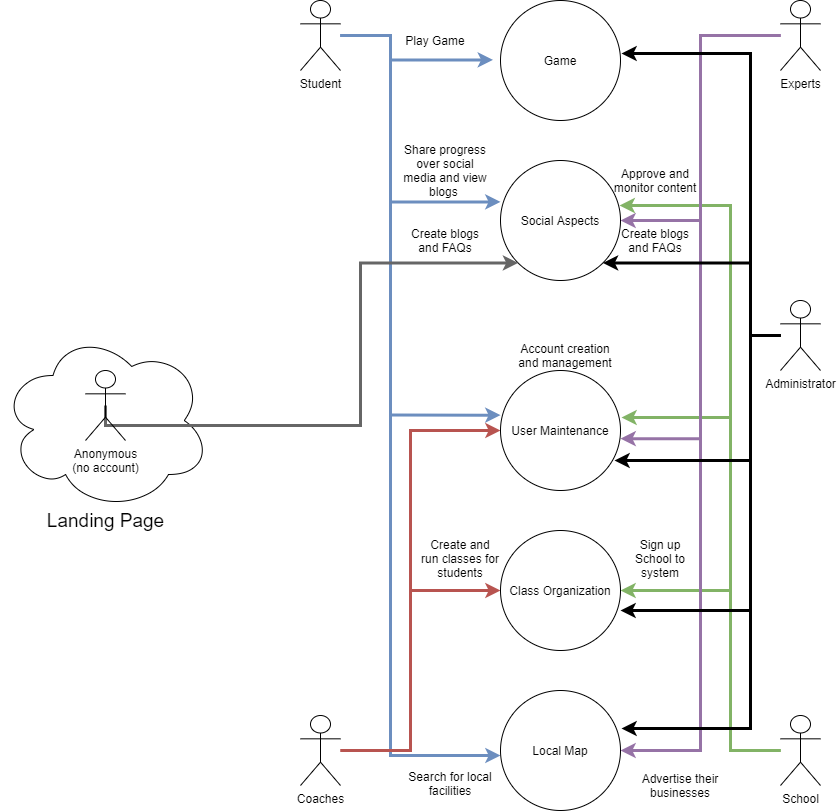
Earlier version of the draw.io export Deliverables/Week_2/Use Cases.png (Hanandrof/Group-3-Repository). Source tidied: cells renumbered, new cells last; positions are measured from the earlier drawing's top-left corner, leaving out a move shared by most shapes.
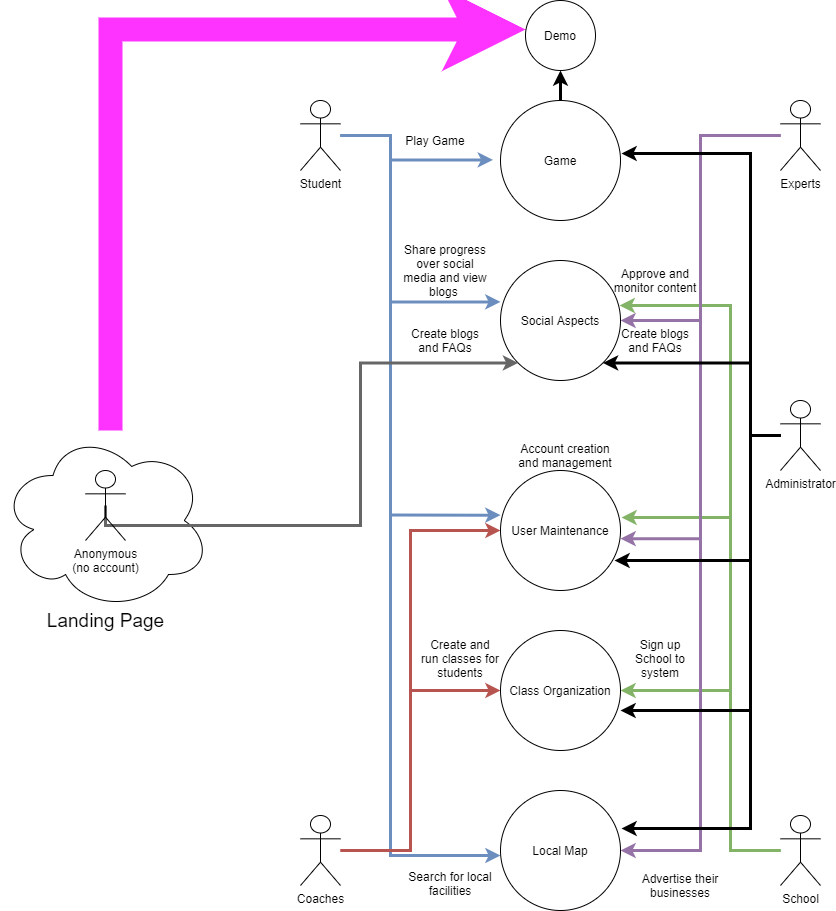
After the commit.

Diff of the diagram source:
```diff
@@ -2,6 +2,13 @@
   <root>
     <mxCell id="0" />
     <mxCell id="1" parent="0" />
+    <mxCell id="43" style="edgeStyle=orthogonalEdgeStyle;rounded=0;jettySize=auto;html=1;entryX=0;entryY=0.414;entryDx=0;entryDy=0;entryPerimeter=0;strokeWidth=24;fillColor=#ffff88;strokeColor=#FF33FF;" parent="1" edge="1" source="2" target="45">
+      <mxGeometry relative="1" as="geometry">
+        <Array as="points">
+          <mxPoint x="110" y="-71" />
+        </Array>
+      </mxGeometry>
+    </mxCell>
     <mxCell id="2" style="ellipse;shape=cloud;whiteSpace=wrap;html=1;" parent="1" vertex="1">
       <mxGeometry y="330" width="210" height="180" as="geometry" />
     </mxCell>
@@ -103,6 +110,9 @@
     <mxCell id="18" value="Experts" style="shape=umlActor;verticalLabelPosition=bottom;verticalAlign=top;html=1;outlineConnect=0;" parent="1" vertex="1">
       <mxGeometry x="780" width="40" height="70" as="geometry" />
     </mxCell>
+    <mxCell id="44" style="edgeStyle=orthogonalEdgeStyle;rounded=0;jettySize=auto;html=1;strokeWidth=3;" parent="1" edge="1" source="19" target="45">
+      <mxGeometry relative="1" as="geometry" />
+    </mxCell>
     <mxCell id="19" value="Game" style="ellipse;whiteSpace=wrap;html=1;" parent="1" vertex="1">
       <mxGeometry x="500" width="120" height="120" as="geometry" />
     </mxCell>
@@ -205,5 +215,8 @@
     <mxCell id="42" value="&lt;font style=&quot;font-size: 19px&quot;&gt;Landing Page&lt;/font&gt;" style="text;html=1;align=center;verticalAlign=middle;" parent="1" vertex="1">
       <mxGeometry x="40" y="510" width="130" height="20" as="geometry" />
     </mxCell>
+    <mxCell id="45" value="Demo" style="ellipse;whiteSpace=wrap;html=1;" parent="1" vertex="1">
+      <mxGeometry x="525" y="-100" width="70" height="70" as="geometry" />
+    </mxCell>
   </root>
 </mxGraphModel>
```
